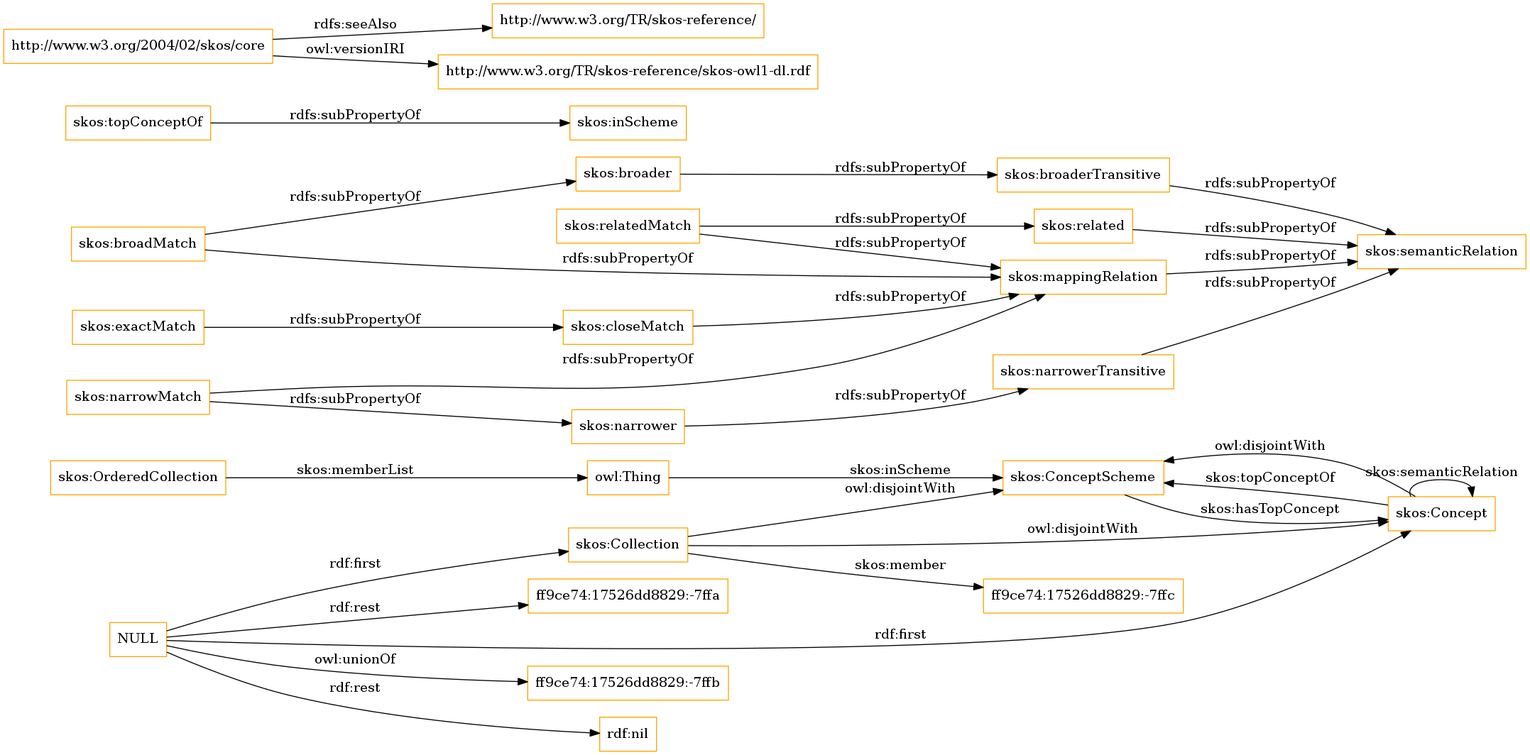
Earlier version of the Graphviz export OnToology/imports/skos.owl/diagrams/ar2dtool-class/skos.owl.png (OnToologyUser/core-ontology-1). Its source is kept beside it as OnToology/imports/skos.owl/diagrams/ar2dtool-class/skos.owl.png.dot.
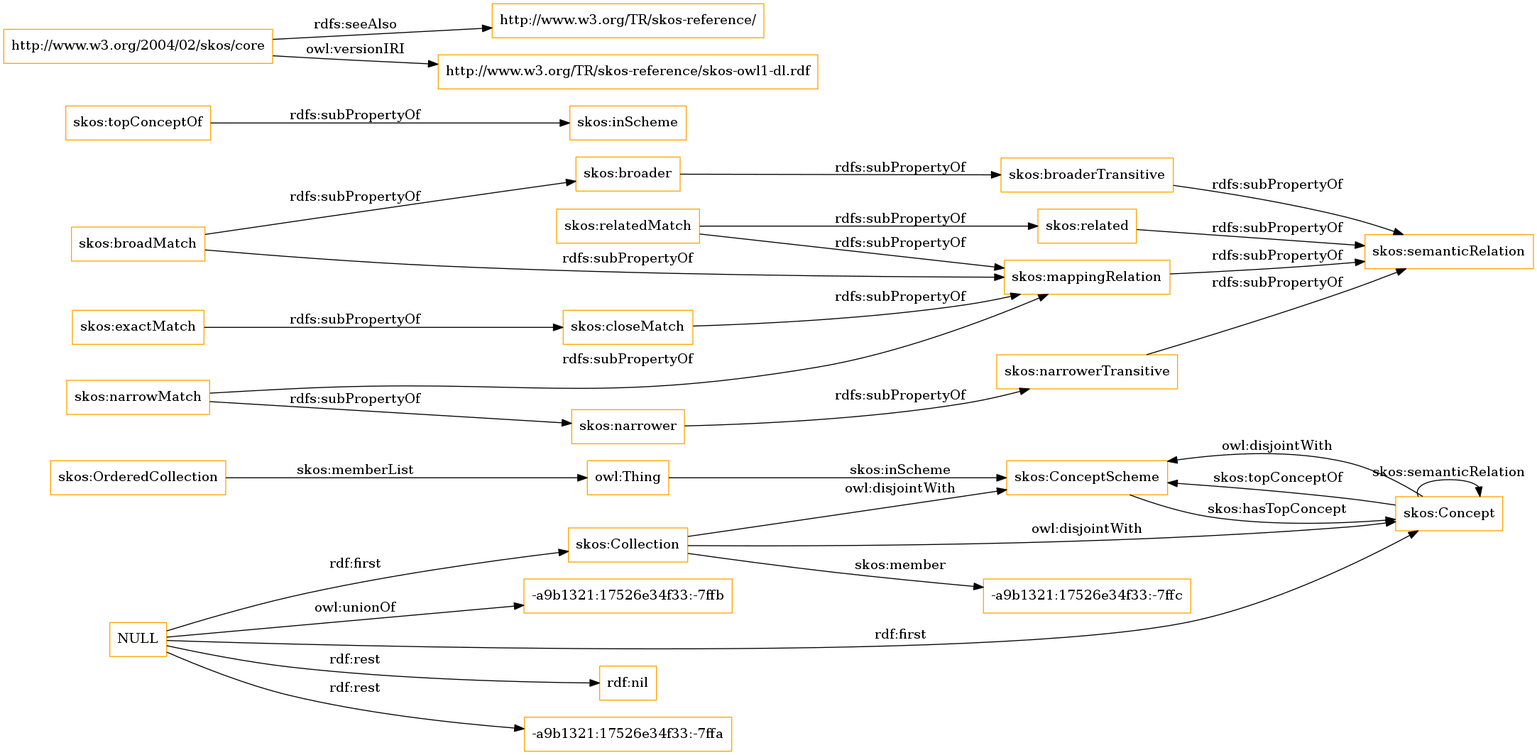
Later version of the same file.

What changed in the source:
```diff
@@ -1,13 +1,13 @@
 digraph ar2dtool_diagram {
 rankdir=LR;
 size="1501"
-node [shape = rectangle, color="orange"]; "skos:OrderedCollection" "skos:ConceptScheme" "skos:Concept" "skos:Collection" "ff9ce74:17526dd8829:-7ffc" ; /*classes style*/
+node [shape = rectangle, color="orange"]; "skos:OrderedCollection" "skos:ConceptScheme" "skos:Concept" "skos:Collection" "-a9b1321:17526e34f33:-7ffc" ; /*classes style*/
 	"skos:narrowerTransitive" -> "skos:semanticRelation" [ label = "rdfs:subPropertyOf" ];
-	"NULL" -> "ff9ce74:17526dd8829:-7ffb" [ label = "owl:unionOf" ];
 	"NULL" -> "rdf:nil" [ label = "rdf:rest" ];
 	"NULL" -> "skos:Concept" [ label = "rdf:first" ];
-	"NULL" -> "ff9ce74:17526dd8829:-7ffa" [ label = "rdf:rest" ];
+	"NULL" -> "-a9b1321:17526e34f33:-7ffa" [ label = "rdf:rest" ];
 	"NULL" -> "skos:Collection" [ label = "rdf:first" ];
+	"NULL" -> "-a9b1321:17526e34f33:-7ffb" [ label = "owl:unionOf" ];
 	"skos:closeMatch" -> "skos:mappingRelation" [ label = "rdfs:subPropertyOf" ];
 	"skos:Concept" -> "skos:ConceptScheme" [ label = "owl:disjointWith" ];
 	"skos:relatedMatch" -> "skos:related" [ label = "rdfs:subPropertyOf" ];
@@ -30,7 +30,7 @@
 	"skos:OrderedCollection" -> "owl:Thing" [ label = "skos:memberList" ];
 	"skos:Concept" -> "skos:ConceptScheme" [ label = "skos:topConceptOf" ];
 	"skos:Concept" -> "skos:Concept" [ label = "skos:semanticRelation" ];
-	"skos:Collection" -> "ff9ce74:17526dd8829:-7ffc" [ label = "skos:member" ];
+	"skos:Collection" -> "-a9b1321:17526e34f33:-7ffc" [ label = "skos:member" ];
 	"skos:ConceptScheme" -> "skos:Concept" [ label = "skos:hasTopConcept" ];
 	"owl:Thing" -> "skos:ConceptScheme" [ label = "skos:inScheme" ];
 
```
